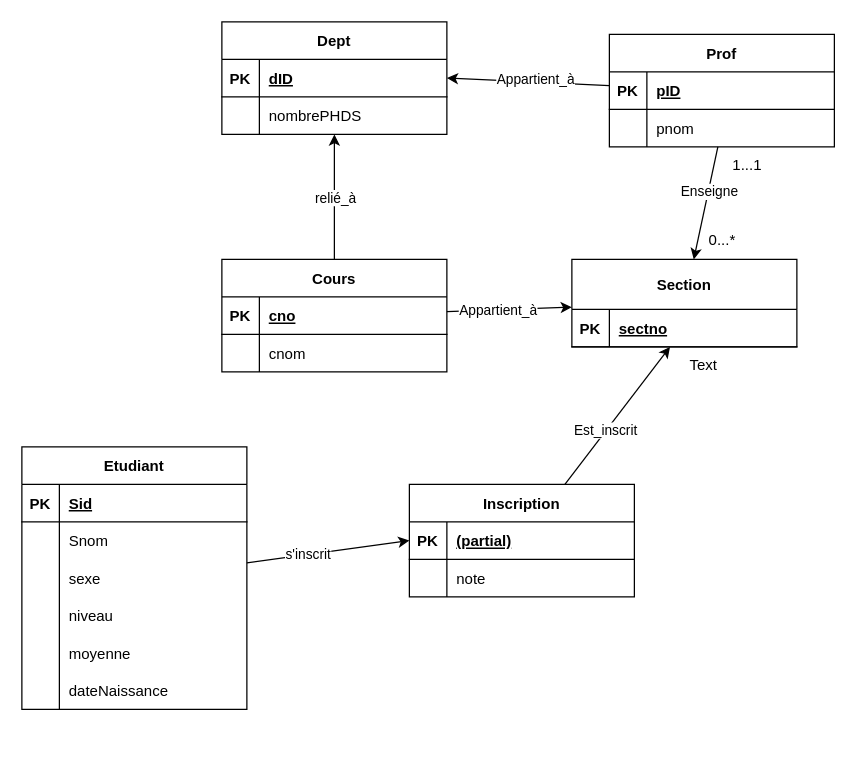
R0ma01/R0ma01 keeps this draw.io diagram as page "Page-1" (1 of 2) of TP3.drawio. Above is the earlier version. Source tidied: cells renumbered, new cells numbered last; positions are measured from the earlier drawing's top-left corner, leaving out a move shared by most shapes. Both pictures are drawn from the tidied source at 125%, with x=0, y=0 at pixel (21, 21).
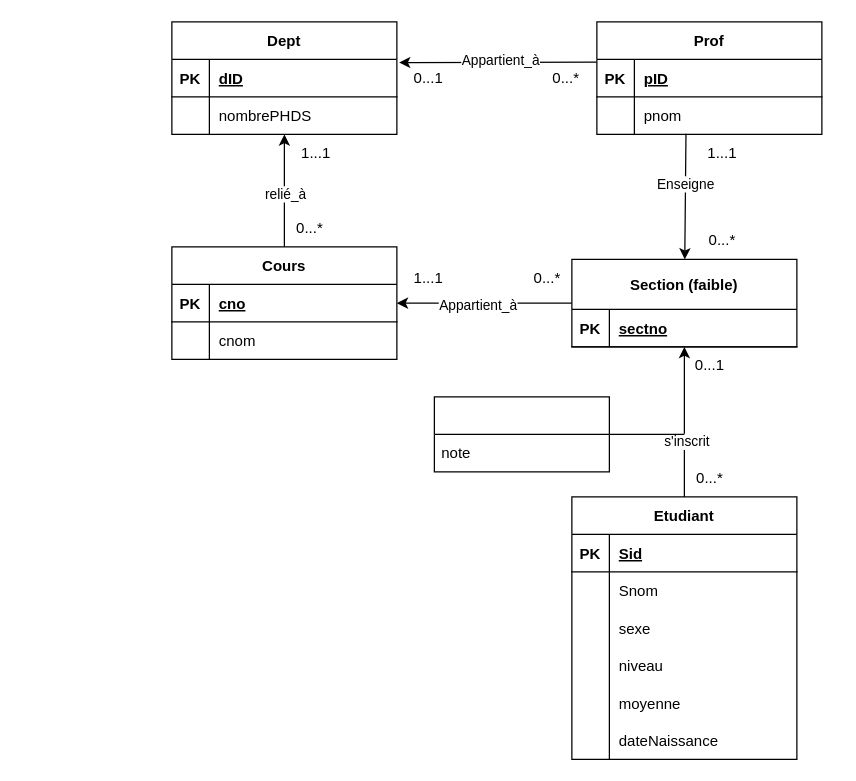
The same page after the edit.

The change refers to these unchanged cells:
```xml
<mxCell id="24" style="shape=tableRow;horizontal=0;startSize=0;swimlaneHead=0;swimlaneBody=0;fillColor=none;points=[[0,0.5],[1,0.5]];portConstraint=eastwest;top=0;left=0;right=0;bottom=1;" parent="23" vertex="1">
  <mxGeometry y="30" width="180" height="30" as="geometry" />
</mxCell>
<mxCell id="33" style="shape=tableRow;horizontal=0;startSize=0;swimlaneHead=0;swimlaneBody=0;fillColor=none;points=[[0,0.5],[1,0.5]];portConstraint=eastwest;top=0;left=0;right=0;bottom=1;" parent="32" vertex="1">
  <mxGeometry y="30" width="180" height="30" as="geometry" />
</mxCell>
<mxCell id="36" style="shape=tableRow;horizontal=0;startSize=0;swimlaneHead=0;swimlaneBody=0;fillColor=none;points=[[0,0.5],[1,0.5]];portConstraint=eastwest;top=0;left=0;right=0;bottom=0;" parent="32" vertex="1">
  <mxGeometry y="60" width="180" height="30" as="geometry" />
</mxCell>
<mxCell id="53" style="shape=tableRow;horizontal=0;startSize=0;swimlaneHead=0;swimlaneBody=0;fillColor=none;points=[[0,0.5],[1,0.5]];portConstraint=eastwest;top=0;left=0;right=0;bottom=1;" parent="52" vertex="1">
  <mxGeometry y="40" width="180" height="30" as="geometry" />
</mxCell>
```

Diff of the diagram source:
```diff
@@
-    <mxCell id="2" style="edgeStyle=none;rounded=0;jettySize=auto;html=1;entryX=0;entryY=0.5;entryDx=0;entryDy=0;startArrow=none;startFill=0;endArrow=classic;endFill=1;" parent="1" edge="1" source="4" target="59">
-      <mxGeometry relative="1" as="geometry" />
-    </mxCell>
-    <mxCell id="3" value="s'inscrit" style="edgeLabel;html=1;align=center;verticalAlign=middle;" parent="2" vertex="1">
-      <mxGeometry x="-0.24" relative="1" as="geometry">
-        <mxPoint x="-1" as="offset" />
-      </mxGeometry>
-    </mxCell>
     <mxCell id="4" value="Etudiant" style="shape=table;startSize=30;childLayout=tableLayout;rowLines=0;fontStyle=1;align=center;" parent="1" vertex="1">
-      <mxGeometry y="340" width="180" height="210" as="geometry" />
+      <mxGeometry x="440" y="380" width="180" height="210" as="geometry" />
     </mxCell>
@@
     <mxCell id="23" value="Dept" style="shape=table;startSize=30;childLayout=tableLayout;rowLines=0;fontStyle=1;align=center;" parent="1" vertex="1">
-      <mxGeometry x="160" width="180" height="90" as="geometry" />
+      <mxGeometry x="120" width="180" height="90" as="geometry" />
     </mxCell>
@@
-    <mxCell id="30" style="rounded=0;jettySize=auto;html=1;entryX=1;entryY=0.5;entryDx=0;entryDy=0;" parent="1" edge="1" source="32" target="24">
+    <mxCell id="30" style="rounded=0;jettySize=auto;html=1;entryX=1.01;entryY=0.084;entryDx=0;entryDy=0;exitX=-0.001;exitY=0.074;exitDx=0;exitDy=0;exitPerimeter=0;entryPerimeter=0;" parent="1" edge="1" source="33" target="24">
       <mxGeometry relative="1" as="geometry" />
     </mxCell>
@@
     <mxCell id="32" value="Prof" style="shape=table;startSize=30;childLayout=tableLayout;rowLines=0;fontStyle=1;align=center;" parent="1" vertex="1">
-      <mxGeometry x="470" y="10" width="180" height="90" as="geometry" />
+      <mxGeometry x="460" width="180" height="90" as="geometry" />
     </mxCell>
@@
     <mxCell id="41" value="Cours" style="shape=table;startSize=30;childLayout=tableLayout;rowLines=0;fontStyle=1;align=center;" parent="1" vertex="1">
-      <mxGeometry x="160" y="190" width="180" height="90" as="geometry" />
+      <mxGeometry x="120" y="180" width="180" height="90" as="geometry" />
     </mxCell>
@@
-    <mxCell id="48" style="edgeStyle=none;rounded=0;jettySize=auto;html=1;endArrow=none;endFill=0;startArrow=classic;startFill=1;" parent="1" edge="1" source="52" target="36">
+    <mxCell id="48" style="edgeStyle=none;rounded=0;jettySize=auto;html=1;endArrow=none;endFill=0;startArrow=classic;startFill=1;entryX=0.396;entryY=0.981;entryDx=0;entryDy=0;entryPerimeter=0;" parent="1" edge="1" source="52" target="36">
       <mxGeometry relative="1" as="geometry" />
     </mxCell>
@@
-    <mxCell id="50" style="edgeStyle=none;rounded=0;jettySize=auto;html=1;endArrow=none;endFill=0;startArrow=classic;startFill=1;" parent="1" edge="1" source="52" target="41">
-      <mxGeometry relative="1" as="geometry" />
+    <mxCell id="50" style="edgeStyle=none;rounded=0;jettySize=auto;html=1;endArrow=classic;endFill=1;startArrow=none;startFill=0;" parent="1" edge="1" target="41">
+      <mxGeometry relative="1" as="geometry">
+        <mxPoint x="440" y="225" as="sourcePoint" />
+      </mxGeometry>
     </mxCell>
@@
-    <mxCell id="52" value="Section" style="shape=table;startSize=40;childLayout=tableLayout;rowLines=0;fontStyle=1;align=center;" parent="1" vertex="1">
+    <mxCell id="52" value="Section (faible)" style="shape=table;startSize=40;childLayout=tableLayout;rowLines=0;fontStyle=1;align=center;" parent="1" vertex="1">
       <mxGeometry x="440" y="190" width="180" height="70" as="geometry" />
     </mxCell>
@@
-    <mxCell id="56" style="edgeStyle=none;rounded=0;jettySize=auto;html=1;startArrow=none;startFill=0;endArrow=classic;endFill=1;" parent="1" edge="1" source="58" target="53">
-      <mxGeometry relative="1" as="geometry" />
-    </mxCell>
-    <mxCell id="57" value="Est_inscrit" style="edgeLabel;html=1;align=center;verticalAlign=middle;" parent="56" vertex="1">
-      <mxGeometry x="-0.22" y="1" relative="1" as="geometry" />
-    </mxCell>
-    <mxCell id="58" value="Inscription" style="shape=table;startSize=30;childLayout=tableLayout;rowLines=0;fontStyle=1;align=center;" parent="1" vertex="1">
-      <mxGeometry x="310" y="370" width="180" height="90" as="geometry" />
-    </mxCell>
-    <mxCell id="59" style="shape=tableRow;horizontal=0;startSize=0;swimlaneHead=0;swimlaneBody=0;fillColor=none;points=[[0,0.5],[1,0.5]];portConstraint=eastwest;top=0;left=0;right=0;bottom=1;" parent="58" vertex="1">
-      <mxGeometry y="30" width="180" height="30" as="geometry" />
-    </mxCell>
-    <mxCell id="60" value="PK" style="shape=partialRectangle;fillColor=none;top=0;left=0;bottom=0;right=0;fontStyle=1;overflow=hidden;" parent="59" vertex="1">
-      <mxGeometry width="30" height="30" as="geometry" />
-    </mxCell>
-    <mxCell id="61" value="(partial)" style="shape=partialRectangle;fillColor=none;top=0;left=0;bottom=0;right=0;align=left;spacingLeft=6;fontStyle=5;overflow=hidden;" parent="59" vertex="1">
-      <mxGeometry x="30" width="150" height="30" as="geometry" />
-    </mxCell>
-    <mxCell id="62" style="shape=tableRow;horizontal=0;startSize=0;swimlaneHead=0;swimlaneBody=0;fillColor=none;top=0;left=0;right=0;bottom=0;" parent="58" vertex="1">
-      <mxGeometry y="60" width="180" height="30" as="geometry" />
-    </mxCell>
-    <mxCell id="63" style="shape=partialRectangle;fillColor=none;top=0;left=0;bottom=0;right=0;overflow=hidden;" parent="62" vertex="1">
-      <mxGeometry width="30" height="30" as="geometry" />
-    </mxCell>
-    <mxCell id="64" value="note" style="shape=partialRectangle;fillColor=none;top=0;left=0;bottom=0;right=0;align=left;spacingLeft=6;overflow=hidden;" parent="62" vertex="1">
-      <mxGeometry x="30" width="150" height="30" as="geometry" />
-    </mxCell>
@@
     <mxCell id="66" value="1...1" style="text;html=1;align=center;verticalAlign=middle;strokeColor=none;fillColor=none;" parent="1" vertex="1">
-      <mxGeometry x="555" y="100" width="50" height="30" as="geometry" />
+      <mxGeometry x="535" y="90" width="50" height="30" as="geometry" />
     </mxCell>
-    <mxCell id="67" value="Text" style="text;html=1;align=center;verticalAlign=middle;strokeColor=none;fillColor=none;" parent="1" vertex="1">
-      <mxGeometry x="520" y="260" width="50" height="30" as="geometry" />
+    <mxCell id="67" value="0...1" style="text;html=1;align=center;verticalAlign=middle;strokeColor=none;fillColor=none;" parent="1" vertex="1">
+      <mxGeometry x="525" y="260" width="50" height="30" as="geometry" />
     </mxCell>
+    <mxCell id="68" style="rounded=0;jettySize=auto;html=1;exitX=0.5;exitY=0;exitDx=0;exitDy=0;" parent="1" edge="1" source="4" target="53">
+      <mxGeometry relative="1" as="geometry" />
+    </mxCell>
+    <mxCell id="3" value="s'inscrit" style="edgeLabel;html=1;align=center;verticalAlign=middle;" parent="68" vertex="1">
+      <mxGeometry x="-0.25" y="-1" relative="1" as="geometry" />
+    </mxCell>
+    <mxCell id="69" value="0...*" style="text;html=1;align=center;verticalAlign=middle;strokeColor=none;fillColor=none;" parent="1" vertex="1">
+      <mxGeometry x="530" y="350" width="40" height="30" as="geometry" />
+    </mxCell>
+    <mxCell id="70" style="edgeStyle=orthogonalEdgeStyle;rounded=0;jettySize=auto;html=1;endArrow=none;endFill=0;" parent="1" edge="1" source="71">
+      <mxGeometry relative="1" as="geometry">
+        <mxPoint x="530" y="330" as="targetPoint" />
+      </mxGeometry>
+    </mxCell>
+    <mxCell id="71" style="swimlane;fontStyle=0;horizontal=1;startSize=30;whiteSpace=wrap;html=1;" parent="1" vertex="1">
+      <mxGeometry x="330" y="300" width="140" height="60" as="geometry" />
+    </mxCell>
+    <mxCell id="64" value="note" style="text;strokeColor=none;fillColor=none;align=left;verticalAlign=middle;spacingLeft=4;spacingRight=4;overflow=hidden;whiteSpace=wrap;html=1;" parent="71" vertex="1">
+      <mxGeometry y="30" width="140" height="30" as="geometry" />
+    </mxCell>
+    <mxCell id="72" value="0...*" style="text;html=1;align=center;verticalAlign=middle;strokeColor=none;fillColor=none;" parent="1" vertex="1">
+      <mxGeometry x="210" y="150" width="40" height="30" as="geometry" />
+    </mxCell>
+    <mxCell id="73" value="1...1" style="text;html=1;align=center;verticalAlign=middle;strokeColor=none;fillColor=none;" parent="1" vertex="1">
+      <mxGeometry x="210" y="90" width="50" height="30" as="geometry" />
+    </mxCell>
+    <mxCell id="74" value="0...1" style="text;html=1;align=center;verticalAlign=middle;strokeColor=none;fillColor=none;" parent="1" vertex="1">
+      <mxGeometry x="300" y="30" width="50" height="30" as="geometry" />
+    </mxCell>
+    <mxCell id="75" value="0...*" style="text;html=1;align=center;verticalAlign=middle;strokeColor=none;fillColor=none;" parent="1" vertex="1">
+      <mxGeometry x="415" y="30" width="40" height="30" as="geometry" />
+    </mxCell>
+    <mxCell id="76" value="1...1" style="text;html=1;align=center;verticalAlign=middle;strokeColor=none;fillColor=none;" parent="1" vertex="1">
+      <mxGeometry x="300" y="190" width="50" height="30" as="geometry" />
+    </mxCell>
+    <mxCell id="77" value="0...*" style="text;html=1;align=center;verticalAlign=middle;strokeColor=none;fillColor=none;" parent="1" vertex="1">
+      <mxGeometry x="400" y="190" width="40" height="30" as="geometry" />
+    </mxCell>
```
